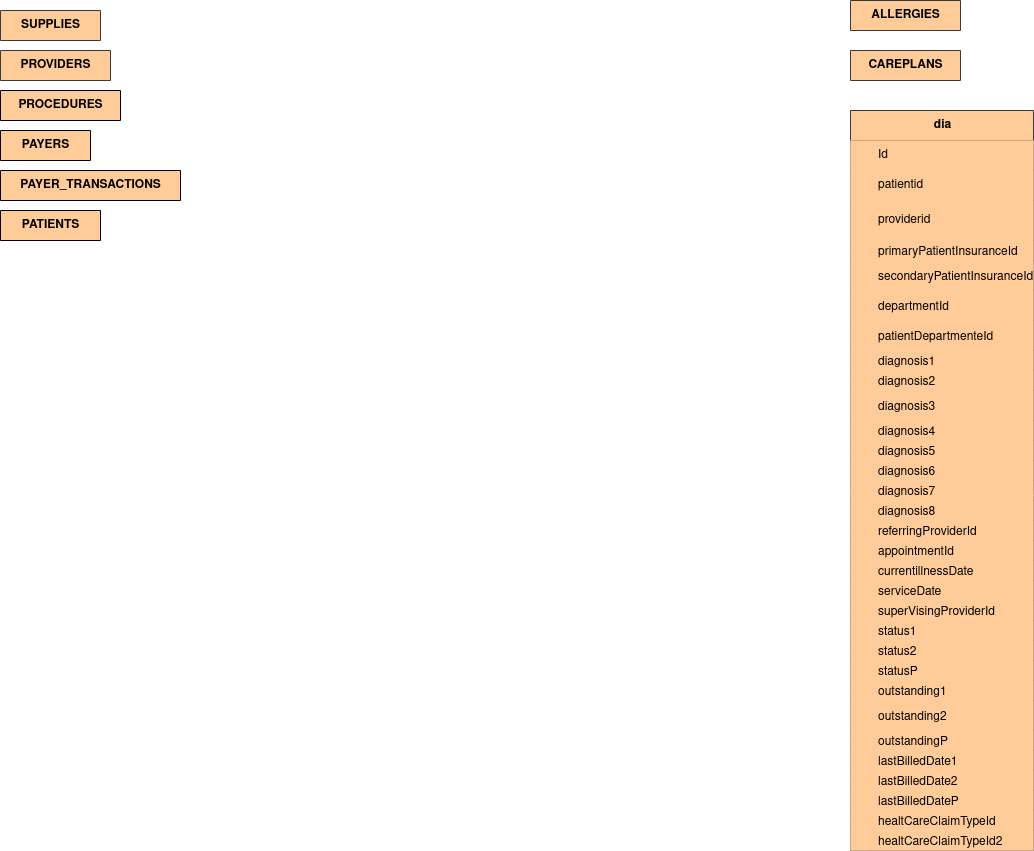
The draw.io diagram BigDataProject.drawio.png in UtsuroNoArashi/BigDataProject, before a commit. Source tidied: cells renumbered, new cells last; positions are measured from the earlier drawing's top-left corner, leaving out a move shared by most shapes.
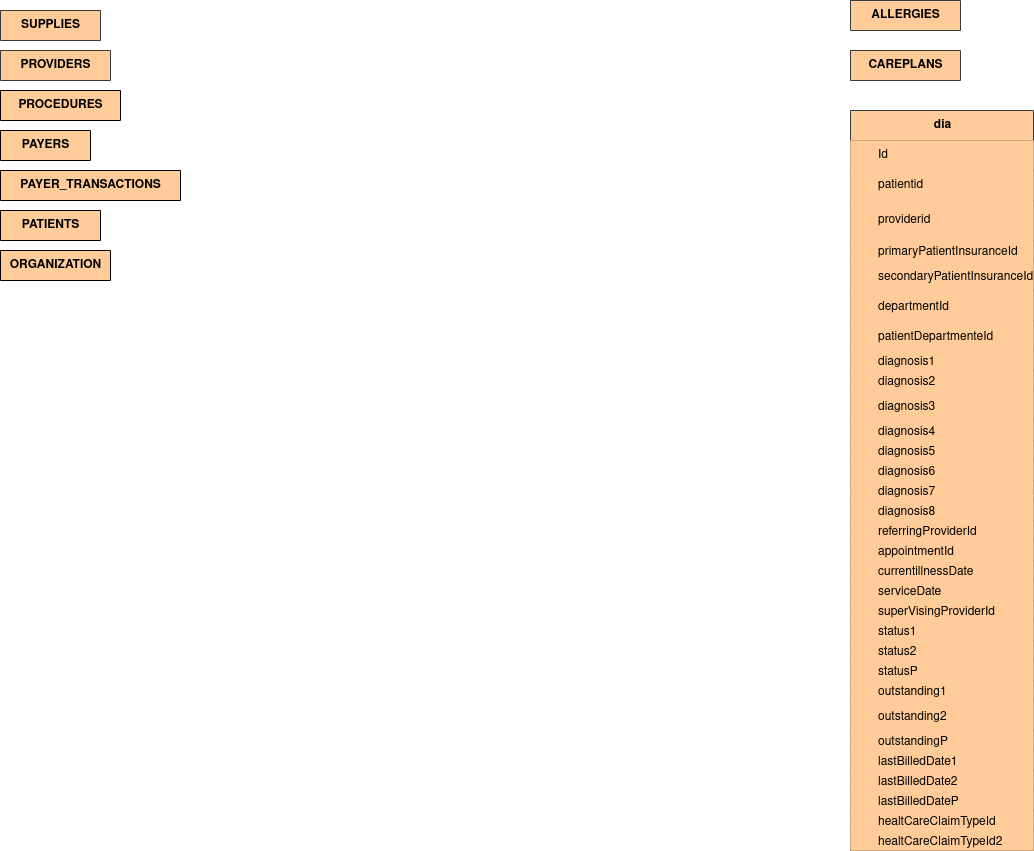
After the change.

Diff of the diagram source:
```diff
@@ -308,5 +308,8 @@
     <mxCell id="103" value="PATIENTS" style="shape=table;startSize=30;rowLines=0;fontStyle=1;align=center;html=1;fontColor=light-dark(#000000,#000000);swimlaneFillColor=default;fillColor=light-dark(#FFCC99,#B98351);" parent="1" vertex="1" collapsed="1">
       <mxGeometry y="210" width="100" height="30" as="geometry" />
     </mxCell>
+    <mxCell id="104" value="&lt;div&gt;ORGANIZATION&lt;/div&gt;" style="shape=table;startSize=30;rowLines=0;fontStyle=1;align=center;html=1;fontColor=light-dark(#000000,#000000);fillColor=light-dark(#FFCC99,#B98351);" parent="1" vertex="1" collapsed="1">
+      <mxGeometry y="250" width="110" height="30" as="geometry" />
+    </mxCell>
   </root>
 </mxGraphModel>
```
